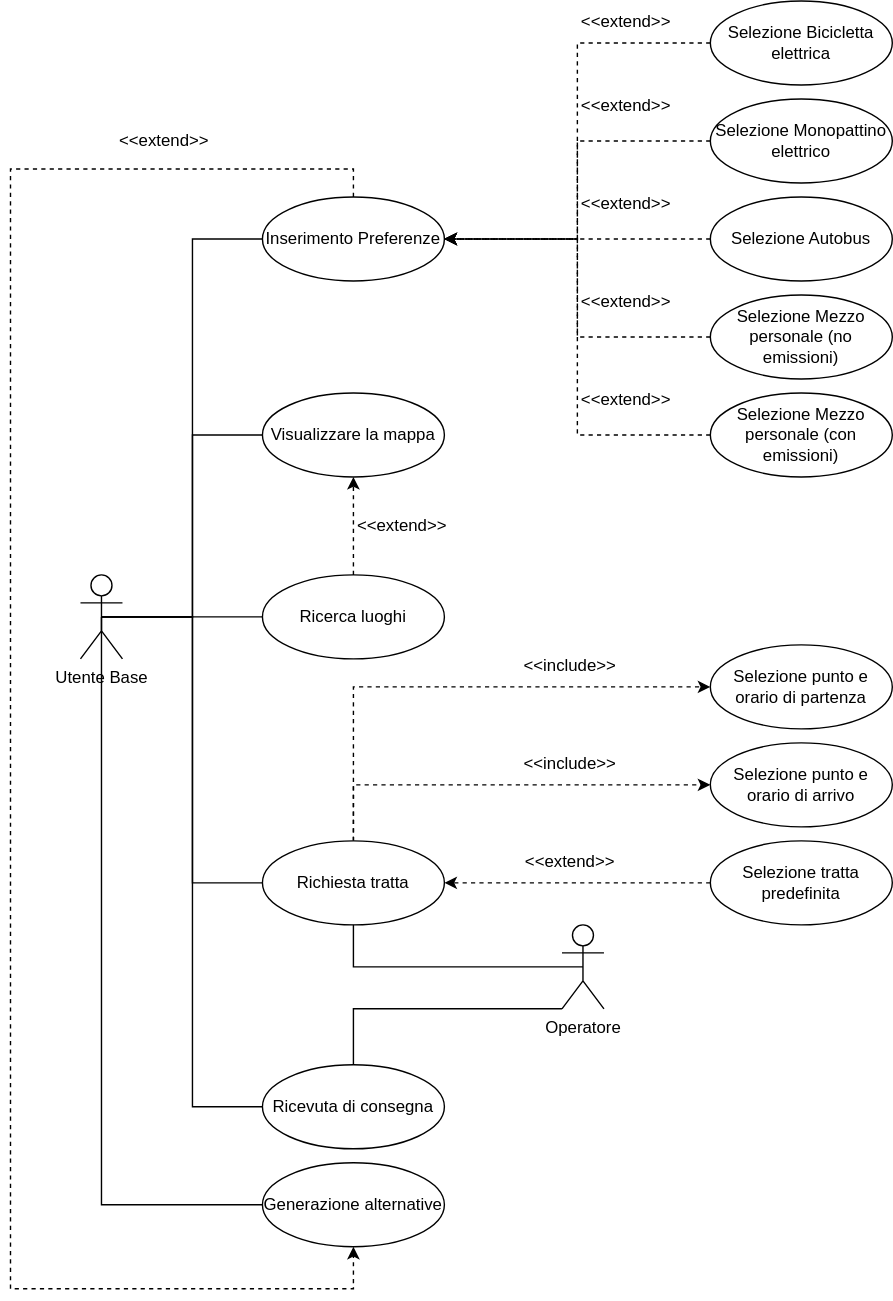
The draw.io diagram Use Case Diagram/UCD RF10, RF3, RF4, RF7, RF8, RF9.drawio.svg in ZenSan3/Progetto-Ingengeria-del-Software-Doc, before a commit. Source tidied: cells renumbered, new cells last; positions are measured from the earlier drawing's top-left corner, leaving out a move shared by most shapes.
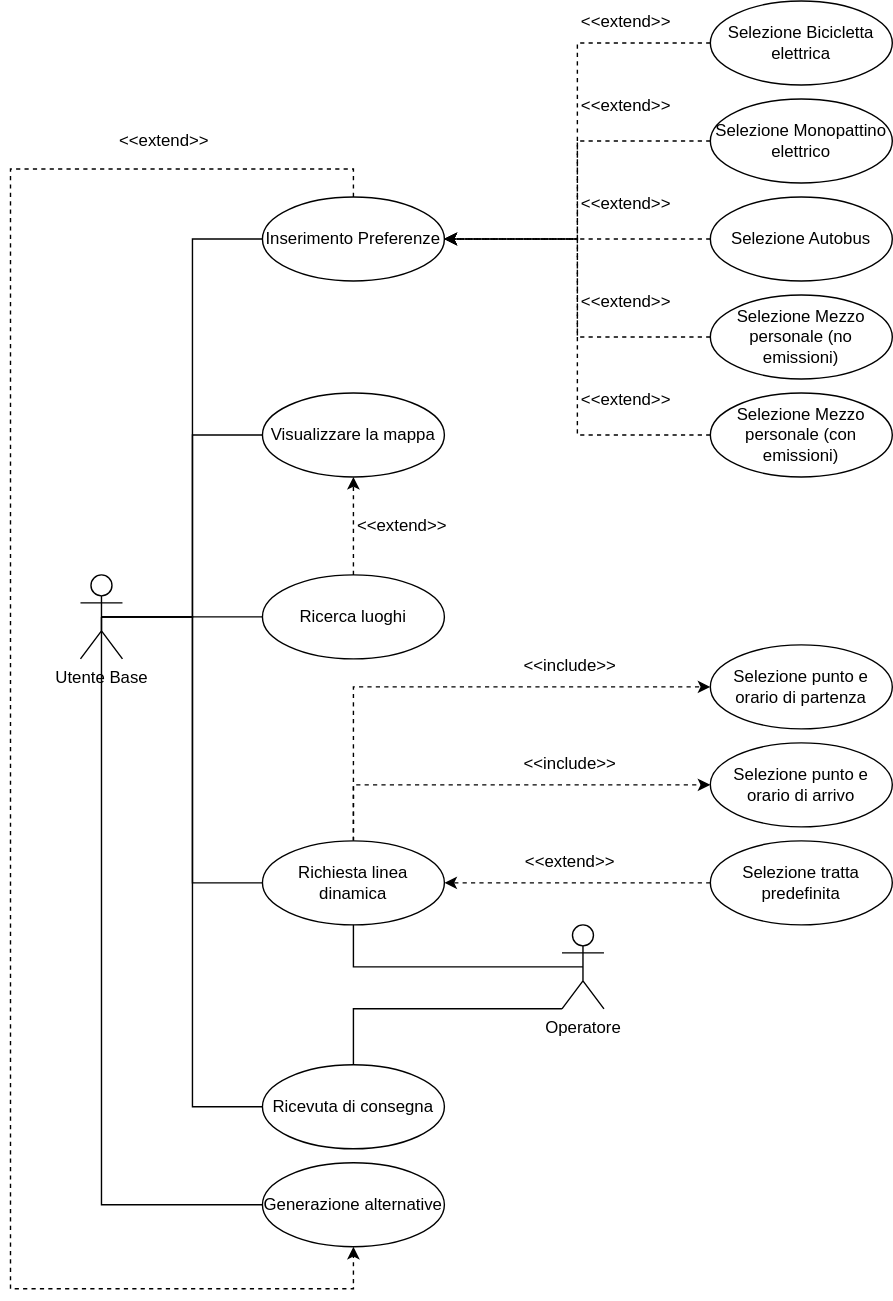
The same file after the commit.

Commit message:
Corretta una frase su richiesta linea dinamica

Diff of the diagram source:
```diff
@@ -89,7 +89,7 @@
     <mxCell id="27" style="edgeStyle=orthogonalEdgeStyle;rounded=0;jettySize=auto;html=1;exitX=0.5;exitY=0;exitDx=0;exitDy=0;entryX=0;entryY=0.5;entryDx=0;entryDy=0;dashed=1;" parent="1" edge="1" source="28" target="29">
       <mxGeometry relative="1" as="geometry" />
     </mxCell>
-    <mxCell id="28" value="Richiesta tratta" style="ellipse;whiteSpace=wrap;html=1;" parent="1" vertex="1">
+    <mxCell id="28" value="Richiesta linea dinamica" style="ellipse;whiteSpace=wrap;html=1;" parent="1" vertex="1">
       <mxGeometry x="180" y="600" width="130" height="60" as="geometry" />
     </mxCell>
     <mxCell id="29" value="Selezione punto e orario di partenza" style="ellipse;whiteSpace=wrap;html=1;" parent="1" vertex="1">
```
